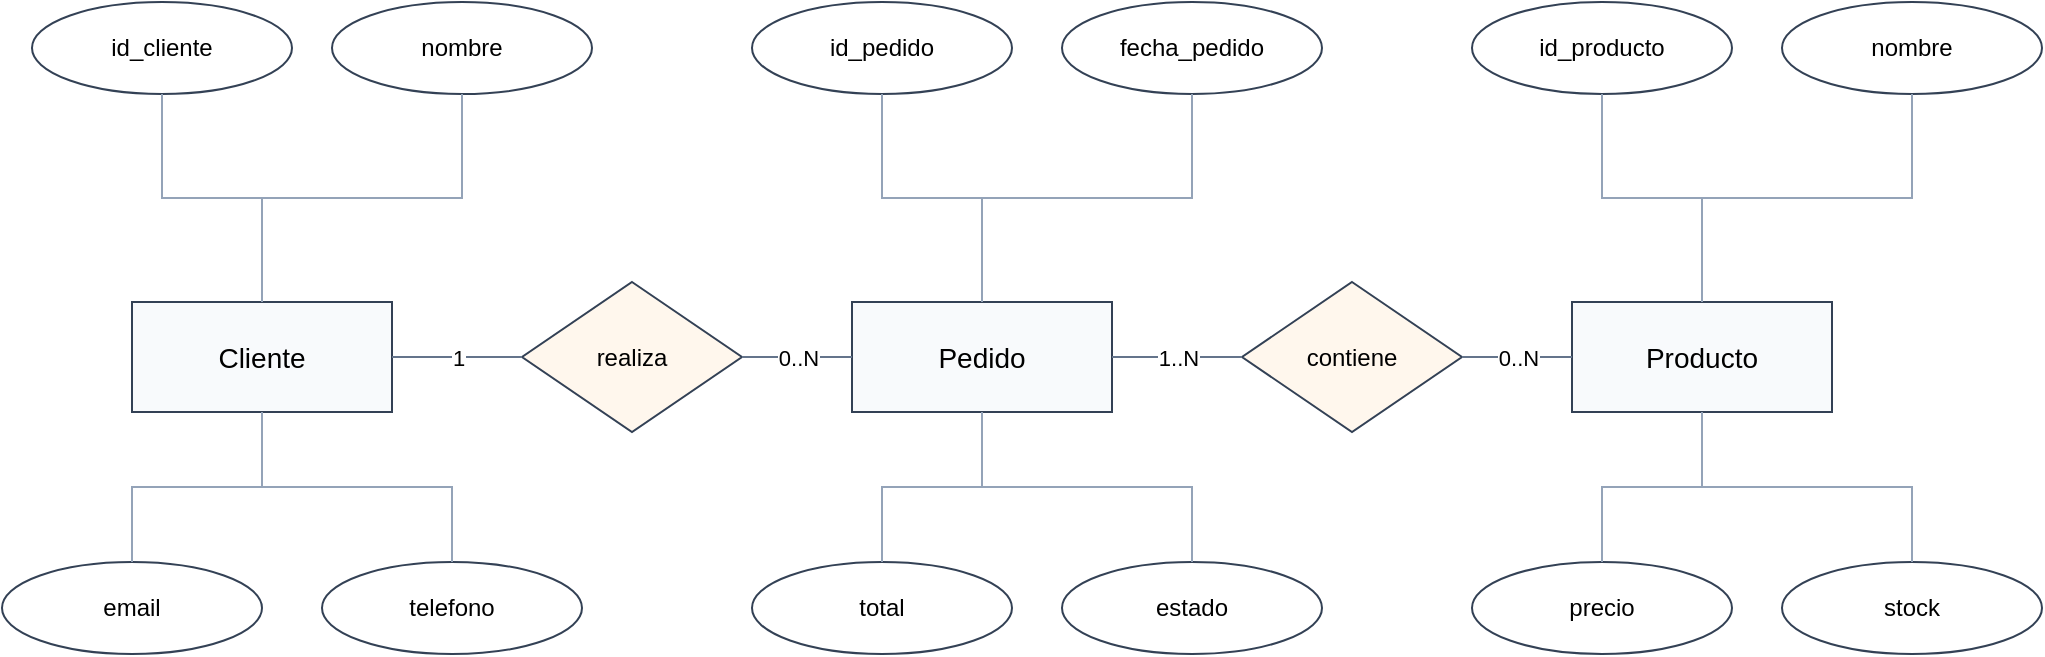
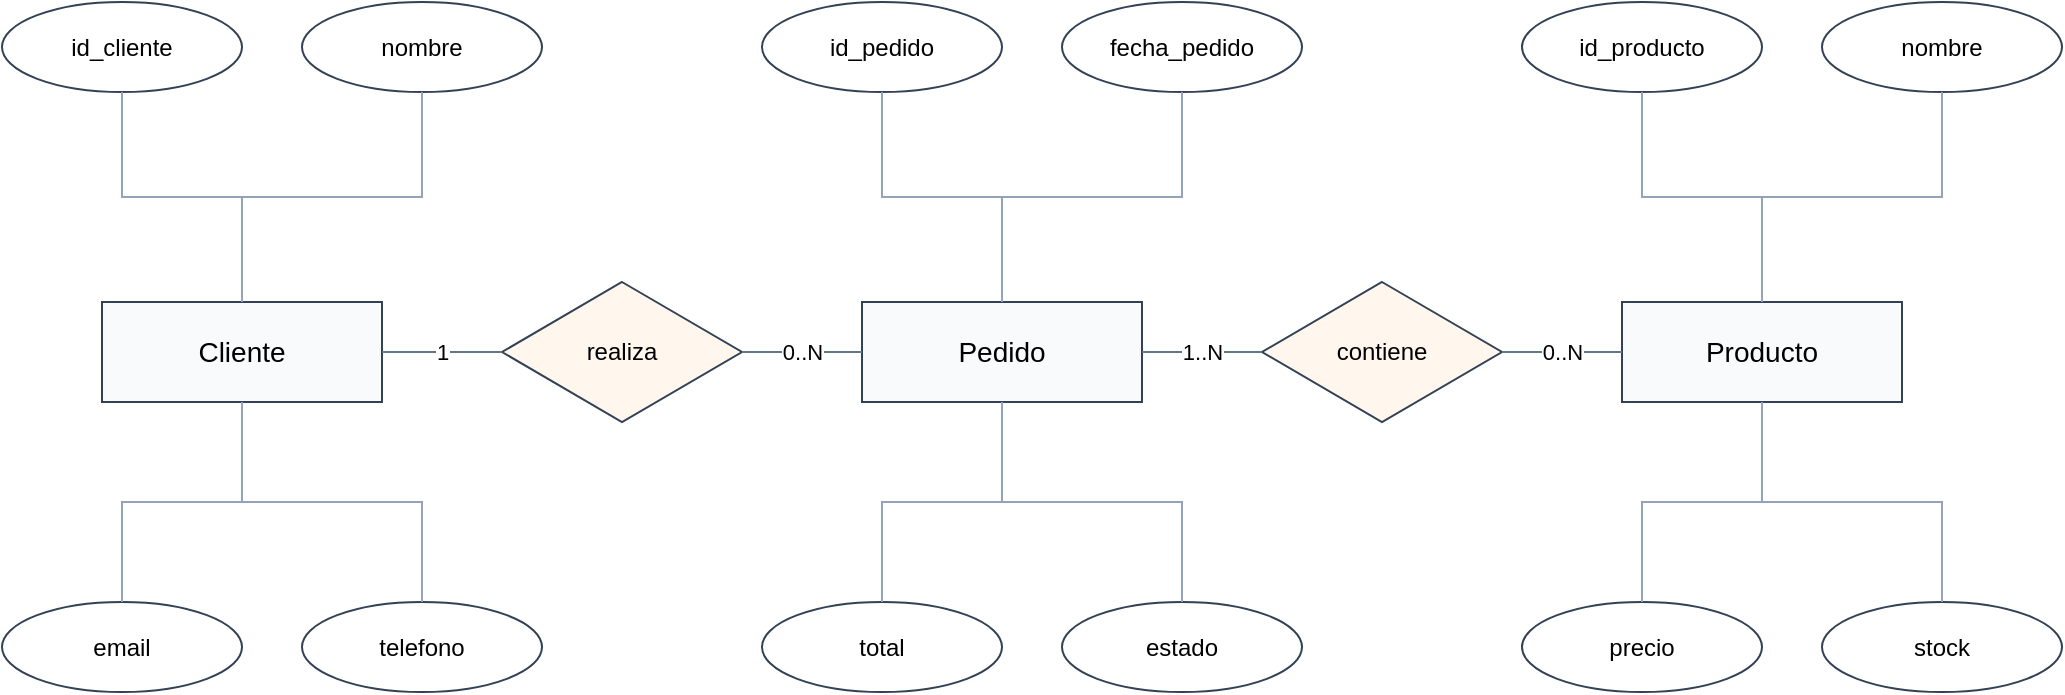
<?xml version='1.0' encoding='utf-8'?>
<mxfile host="app.diagrams.net" agent="drawio-mer-skill" version="24.7.17">
  <diagram id="mer_ejemplo" name="MER">
-     <mxGraphModel dx="1200" dy="800" grid="1" gridSize="10" guides="1" tooltips="1" connect="1" arrows="1" fold="1" page="1" pageScale="1" pageWidth="1100" pageHeight="850" math="0" shadow="0">
+     <mxGraphModel dx="1200" dy="800" grid="1" gridSize="10" guides="1" tooltips="1" connect="1" arrows="1" fold="1" page="1" pageScale="1" pageWidth="1600" pageHeight="1000" math="0" shadow="0">
      <root>
        <mxCell id="0" />
        <mxCell id="1" parent="0" />
        <mxCell id="entity_cliente" value="Cliente" style="rounded=0;whiteSpace=wrap;html=1;align=center;verticalAlign=middle;fontSize=14;strokeColor=#334155;fillColor=#f8fafc;" vertex="1" parent="1">
-           <mxGeometry x="120" y="280" width="130" height="55" as="geometry" />
+           <mxGeometry x="120" y="280" width="140" height="50" as="geometry" />
        </mxCell>
        <mxCell id="entity_pedido" value="Pedido" style="rounded=0;whiteSpace=wrap;html=1;align=center;verticalAlign=middle;fontSize=14;strokeColor=#334155;fillColor=#f8fafc;" vertex="1" parent="1">
-           <mxGeometry x="480" y="280" width="130" height="55" as="geometry" />
+           <mxGeometry x="500" y="280" width="140" height="50" as="geometry" />
        </mxCell>
        <mxCell id="entity_producto" value="Producto" style="rounded=0;whiteSpace=wrap;html=1;align=center;verticalAlign=middle;fontSize=14;strokeColor=#334155;fillColor=#f8fafc;" vertex="1" parent="1">
-           <mxGeometry x="840" y="280" width="130" height="55" as="geometry" />
+           <mxGeometry x="880" y="280" width="140" height="50" as="geometry" />
        </mxCell>
        <mxCell id="rel_realiza" value="realiza" style="rhombus;whiteSpace=wrap;html=1;align=center;verticalAlign=middle;fontSize=12;strokeColor=#334155;fillColor=#fff7ed;" vertex="1" parent="1">
-           <mxGeometry x="315" y="270" width="110" height="75" as="geometry" />
+           <mxGeometry x="320" y="270" width="120" height="70" as="geometry" />
        </mxCell>
        <mxCell id="rel_contiene" value="contiene" style="rhombus;whiteSpace=wrap;html=1;align=center;verticalAlign=middle;fontSize=12;strokeColor=#334155;fillColor=#fff7ed;" vertex="1" parent="1">
-           <mxGeometry x="675" y="270" width="110" height="75" as="geometry" />
+           <mxGeometry x="700" y="270" width="120" height="70" as="geometry" />
        </mxCell>
        <mxCell id="edge_cliente_realiza" value="1" style="edgeStyle=orthogonalEdgeStyle;rounded=0;orthogonalLoop=1;jettySize=auto;html=1;endArrow=none;endFill=0;strokeColor=#64748b;fontSize=11;" edge="1" parent="1" source="entity_cliente" target="rel_realiza">
          <mxGeometry relative="1" as="geometry" />
        </mxCell>
        <mxCell id="edge_realiza_pedido" value="0..N" style="edgeStyle=orthogonalEdgeStyle;rounded=0;orthogonalLoop=1;jettySize=auto;html=1;endArrow=none;endFill=0;strokeColor=#64748b;fontSize=11;" edge="1" parent="1" source="rel_realiza" target="entity_pedido">
          <mxGeometry relative="1" as="geometry" />
        </mxCell>
        <mxCell id="edge_pedido_contiene" value="1..N" style="edgeStyle=orthogonalEdgeStyle;rounded=0;orthogonalLoop=1;jettySize=auto;html=1;endArrow=none;endFill=0;strokeColor=#64748b;fontSize=11;" edge="1" parent="1" source="entity_pedido" target="rel_contiene">
          <mxGeometry relative="1" as="geometry" />
        </mxCell>
        <mxCell id="edge_contiene_producto" value="0..N" style="edgeStyle=orthogonalEdgeStyle;rounded=0;orthogonalLoop=1;jettySize=auto;html=1;endArrow=none;endFill=0;strokeColor=#64748b;fontSize=11;" edge="1" parent="1" source="rel_contiene" target="entity_producto">
          <mxGeometry relative="1" as="geometry" />
        </mxCell>
        <mxCell id="attr_cliente_id_cliente" value="id_cliente" style="ellipse;whiteSpace=wrap;html=1;align=center;verticalAlign=middle;fontSize=12;strokeColor=#334155;fillColor=#ffffff;" vertex="1" parent="1">
-           <mxGeometry x="70" y="130" width="130" height="46" as="geometry" />
+           <mxGeometry x="70" y="130" width="120" height="45" as="geometry" />
        </mxCell>
        <mxCell id="edge_cliente_attr_1" value="" style="edgeStyle=orthogonalEdgeStyle;rounded=0;orthogonalLoop=1;jettySize=auto;html=1;endArrow=none;endFill=0;strokeColor=#94a3b8;" edge="1" parent="1" source="attr_cliente_id_cliente" target="entity_cliente">
          <mxGeometry relative="1" as="geometry" />
        </mxCell>
        <mxCell id="attr_cliente_nombre" value="nombre" style="ellipse;whiteSpace=wrap;html=1;align=center;verticalAlign=middle;fontSize=12;strokeColor=#334155;fillColor=#ffffff;" vertex="1" parent="1">
-           <mxGeometry x="220" y="130" width="130" height="46" as="geometry" />
+           <mxGeometry x="220" y="130" width="120" height="45" as="geometry" />
        </mxCell>
        <mxCell id="edge_cliente_attr_2" value="" style="edgeStyle=orthogonalEdgeStyle;rounded=0;orthogonalLoop=1;jettySize=auto;html=1;endArrow=none;endFill=0;strokeColor=#94a3b8;" edge="1" parent="1" source="attr_cliente_nombre" target="entity_cliente">
          <mxGeometry relative="1" as="geometry" />
        </mxCell>
        <mxCell id="attr_cliente_email" value="email" style="ellipse;whiteSpace=wrap;html=1;align=center;verticalAlign=middle;fontSize=12;strokeColor=#334155;fillColor=#ffffff;" vertex="1" parent="1">
-           <mxGeometry x="55" y="410" width="130" height="46" as="geometry" />
+           <mxGeometry x="70" y="430" width="120" height="45" as="geometry" />
        </mxCell>
        <mxCell id="edge_cliente_attr_3" value="" style="edgeStyle=orthogonalEdgeStyle;rounded=0;orthogonalLoop=1;jettySize=auto;html=1;endArrow=none;endFill=0;strokeColor=#94a3b8;" edge="1" parent="1" source="attr_cliente_email" target="entity_cliente">
          <mxGeometry relative="1" as="geometry" />
        </mxCell>
        <mxCell id="attr_cliente_telefono" value="telefono" style="ellipse;whiteSpace=wrap;html=1;align=center;verticalAlign=middle;fontSize=12;strokeColor=#334155;fillColor=#ffffff;" vertex="1" parent="1">
-           <mxGeometry x="215" y="410" width="130" height="46" as="geometry" />
+           <mxGeometry x="220" y="430" width="120" height="45" as="geometry" />
        </mxCell>
        <mxCell id="edge_cliente_attr_4" value="" style="edgeStyle=orthogonalEdgeStyle;rounded=0;orthogonalLoop=1;jettySize=auto;html=1;endArrow=none;endFill=0;strokeColor=#94a3b8;" edge="1" parent="1" source="attr_cliente_telefono" target="entity_cliente">
          <mxGeometry relative="1" as="geometry" />
        </mxCell>
        <mxCell id="attr_pedido_id_pedido" value="id_pedido" style="ellipse;whiteSpace=wrap;html=1;align=center;verticalAlign=middle;fontSize=12;strokeColor=#334155;fillColor=#ffffff;" vertex="1" parent="1">
-           <mxGeometry x="430" y="130" width="130" height="46" as="geometry" />
+           <mxGeometry x="450" y="130" width="120" height="45" as="geometry" />
        </mxCell>
        <mxCell id="edge_pedido_attr_1" value="" style="edgeStyle=orthogonalEdgeStyle;rounded=0;orthogonalLoop=1;jettySize=auto;html=1;endArrow=none;endFill=0;strokeColor=#94a3b8;" edge="1" parent="1" source="attr_pedido_id_pedido" target="entity_pedido">
          <mxGeometry relative="1" as="geometry" />
        </mxCell>
        <mxCell id="attr_pedido_fecha_pedido" value="fecha_pedido" style="ellipse;whiteSpace=wrap;html=1;align=center;verticalAlign=middle;fontSize=12;strokeColor=#334155;fillColor=#ffffff;" vertex="1" parent="1">
-           <mxGeometry x="585" y="130" width="130" height="46" as="geometry" />
+           <mxGeometry x="600" y="130" width="120" height="45" as="geometry" />
        </mxCell>
        <mxCell id="edge_pedido_attr_2" value="" style="edgeStyle=orthogonalEdgeStyle;rounded=0;orthogonalLoop=1;jettySize=auto;html=1;endArrow=none;endFill=0;strokeColor=#94a3b8;" edge="1" parent="1" source="attr_pedido_fecha_pedido" target="entity_pedido">
          <mxGeometry relative="1" as="geometry" />
        </mxCell>
        <mxCell id="attr_pedido_total" value="total" style="ellipse;whiteSpace=wrap;html=1;align=center;verticalAlign=middle;fontSize=12;strokeColor=#334155;fillColor=#ffffff;" vertex="1" parent="1">
-           <mxGeometry x="430" y="410" width="130" height="46" as="geometry" />
+           <mxGeometry x="450" y="430" width="120" height="45" as="geometry" />
        </mxCell>
        <mxCell id="edge_pedido_attr_3" value="" style="edgeStyle=orthogonalEdgeStyle;rounded=0;orthogonalLoop=1;jettySize=auto;html=1;endArrow=none;endFill=0;strokeColor=#94a3b8;" edge="1" parent="1" source="attr_pedido_total" target="entity_pedido">
          <mxGeometry relative="1" as="geometry" />
        </mxCell>
        <mxCell id="attr_pedido_estado" value="estado" style="ellipse;whiteSpace=wrap;html=1;align=center;verticalAlign=middle;fontSize=12;strokeColor=#334155;fillColor=#ffffff;" vertex="1" parent="1">
-           <mxGeometry x="585" y="410" width="130" height="46" as="geometry" />
+           <mxGeometry x="600" y="430" width="120" height="45" as="geometry" />
        </mxCell>
        <mxCell id="edge_pedido_attr_4" value="" style="edgeStyle=orthogonalEdgeStyle;rounded=0;orthogonalLoop=1;jettySize=auto;html=1;endArrow=none;endFill=0;strokeColor=#94a3b8;" edge="1" parent="1" source="attr_pedido_estado" target="entity_pedido">
          <mxGeometry relative="1" as="geometry" />
        </mxCell>
        <mxCell id="attr_producto_id_producto" value="id_producto" style="ellipse;whiteSpace=wrap;html=1;align=center;verticalAlign=middle;fontSize=12;strokeColor=#334155;fillColor=#ffffff;" vertex="1" parent="1">
-           <mxGeometry x="790" y="130" width="130" height="46" as="geometry" />
+           <mxGeometry x="830" y="130" width="120" height="45" as="geometry" />
        </mxCell>
        <mxCell id="edge_producto_attr_1" value="" style="edgeStyle=orthogonalEdgeStyle;rounded=0;orthogonalLoop=1;jettySize=auto;html=1;endArrow=none;endFill=0;strokeColor=#94a3b8;" edge="1" parent="1" source="attr_producto_id_producto" target="entity_producto">
          <mxGeometry relative="1" as="geometry" />
        </mxCell>
        <mxCell id="attr_producto_nombre" value="nombre" style="ellipse;whiteSpace=wrap;html=1;align=center;verticalAlign=middle;fontSize=12;strokeColor=#334155;fillColor=#ffffff;" vertex="1" parent="1">
-           <mxGeometry x="945" y="130" width="130" height="46" as="geometry" />
+           <mxGeometry x="980" y="130" width="120" height="45" as="geometry" />
        </mxCell>
        <mxCell id="edge_producto_attr_2" value="" style="edgeStyle=orthogonalEdgeStyle;rounded=0;orthogonalLoop=1;jettySize=auto;html=1;endArrow=none;endFill=0;strokeColor=#94a3b8;" edge="1" parent="1" source="attr_producto_nombre" target="entity_producto">
          <mxGeometry relative="1" as="geometry" />
        </mxCell>
        <mxCell id="attr_producto_precio" value="precio" style="ellipse;whiteSpace=wrap;html=1;align=center;verticalAlign=middle;fontSize=12;strokeColor=#334155;fillColor=#ffffff;" vertex="1" parent="1">
-           <mxGeometry x="790" y="410" width="130" height="46" as="geometry" />
+           <mxGeometry x="830" y="430" width="120" height="45" as="geometry" />
        </mxCell>
        <mxCell id="edge_producto_attr_3" value="" style="edgeStyle=orthogonalEdgeStyle;rounded=0;orthogonalLoop=1;jettySize=auto;html=1;endArrow=none;endFill=0;strokeColor=#94a3b8;" edge="1" parent="1" source="attr_producto_precio" target="entity_producto">
          <mxGeometry relative="1" as="geometry" />
        </mxCell>
        <mxCell id="attr_producto_stock" value="stock" style="ellipse;whiteSpace=wrap;html=1;align=center;verticalAlign=middle;fontSize=12;strokeColor=#334155;fillColor=#ffffff;" vertex="1" parent="1">
-           <mxGeometry x="945" y="410" width="130" height="46" as="geometry" />
+           <mxGeometry x="980" y="430" width="120" height="45" as="geometry" />
        </mxCell>
        <mxCell id="edge_producto_attr_4" value="" style="edgeStyle=orthogonalEdgeStyle;rounded=0;orthogonalLoop=1;jettySize=auto;html=1;endArrow=none;endFill=0;strokeColor=#94a3b8;" edge="1" parent="1" source="attr_producto_stock" target="entity_producto">
          <mxGeometry relative="1" as="geometry" />
        </mxCell>
      </root>
    </mxGraphModel>
  </diagram>
</mxfile>